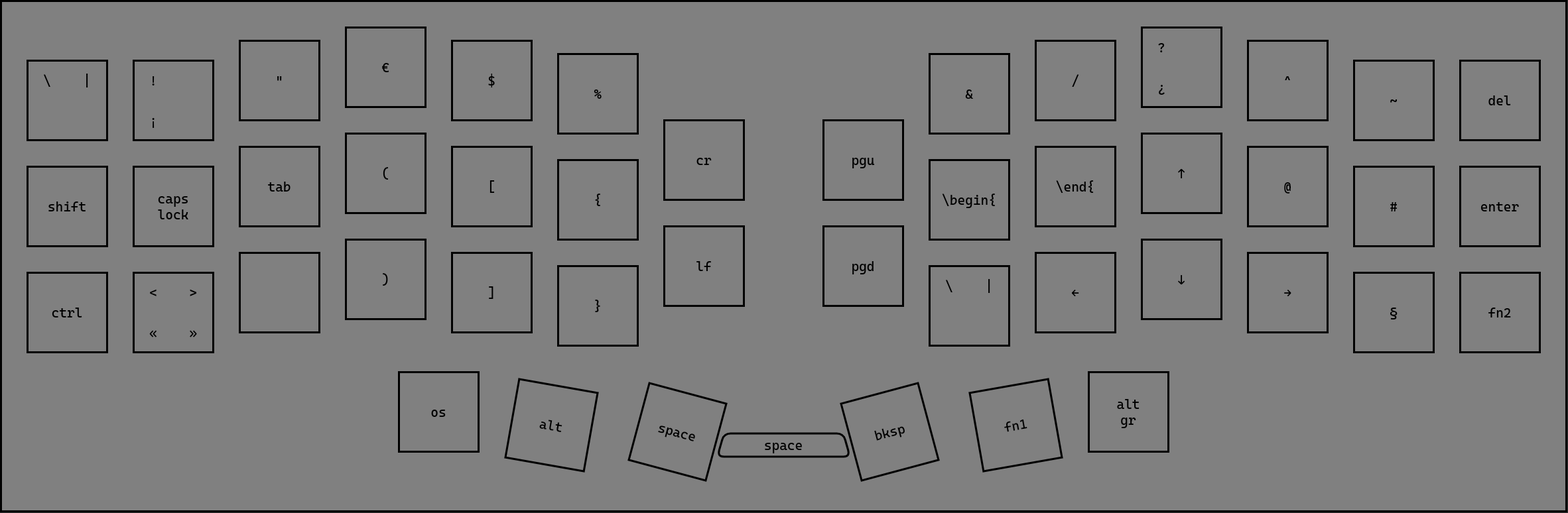
Above: imgs/layer1.png in dellarosciagiorgio/crkbd (draw.io), before the change. Source tidied: cells renumbered, new cells last; positions are measured from the earlier drawing's top-left corner, leaving out a move shared by most shapes.
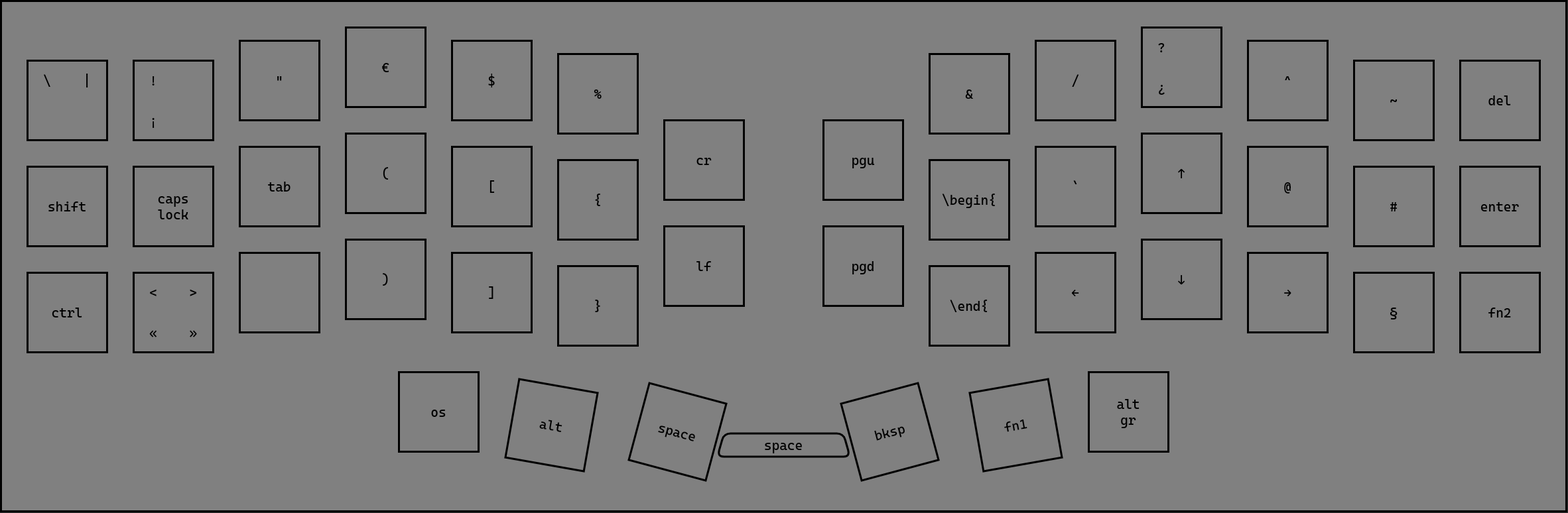
Above is the later version.

Change to the diagram source:
```diff
@@ -2,18 +2,18 @@
   <root>
     <mxCell id="0" />
     <mxCell id="1" parent="0" />
-    <mxCell id="2" style="rounded=0;whiteSpace=wrap;html=1;fillColor=#808080;strokeWidth=3;strokeColor=#000000;fontColor=default;" parent="1" vertex="1">
-      <mxGeometry width="2360" height="770" as="geometry" />
-    </mxCell>
+    <mxCell id="103" style="rounded=0;whiteSpace=wrap;html=1;fillColor=#808080;strokeWidth=3;strokeColor=#000000;fontColor=default;" parent="1" vertex="1">
+      <mxGeometry width="2360" height="770" as="geometry" />
+    </mxCell>
     <mxCell id="3" style="rounded=0;whiteSpace=wrap;html=1;strokeColor=#000000;strokeWidth=3;fillColor=none;fontColor=default;" parent="1" vertex="1">
       <mxGeometry x="520" y="40" width="120" height="120" as="geometry" />
     </mxCell>
     <mxCell id="4" style="rounded=0;whiteSpace=wrap;html=1;strokeColor=#000000;strokeWidth=3;fillColor=none;fontColor=default;" parent="1" vertex="1">
       <mxGeometry x="520" y="200" width="120" height="120" as="geometry" />
     </mxCell>
-    <mxCell id="5" style="rounded=0;whiteSpace=wrap;html=1;strokeColor=#000000;strokeWidth=3;fillColor=none;fontColor=default;" parent="1" vertex="1">
-      <mxGeometry x="520" y="360" width="120" height="120" as="geometry" />
-    </mxCell>
+    <mxCell id="104" style="rounded=0;whiteSpace=wrap;html=1;strokeColor=#000000;strokeWidth=3;fillColor=none;fontColor=default;" parent="1" vertex="1">
+      <mxGeometry x="520" y="360" width="120" height="120" as="geometry" />
+    </mxCell>
     <mxCell id="6" style="rounded=0;whiteSpace=wrap;html=1;strokeColor=#000000;strokeWidth=3;fillColor=none;fontColor=default;" parent="1" vertex="1">
       <mxGeometry x="680" y="60" width="120" height="120" as="geometry" />
     </mxCell>
@@ -285,7 +285,7 @@
       <mxGeometry x="230" y="280" width="60" height="60" as="geometry" />
     </mxCell>
     <mxCell id="96" value="&lt;font style=&quot;font-size: 20px; color: rgb(0, 0, 0);&quot;&gt;\end{&lt;/font&gt;" style="text;html=1;strokeColor=none;fillColor=none;align=center;verticalAlign=middle;whiteSpace=wrap;rounded=0;strokeWidth=1;fontFamily=Cascadia Code;fontColor=default;" parent="1" vertex="1">
-      <mxGeometry x="1590" y="250" width="60" height="60" as="geometry" />
+      <mxGeometry x="1430" y="430" width="60" height="60" as="geometry" />
     </mxCell>
     <mxCell id="97" value="&lt;font style=&quot;font-size: 20px; color: rgb(0, 0, 0);&quot;&gt;space&lt;/font&gt;" style="text;html=1;strokeColor=none;fillColor=none;align=center;verticalAlign=middle;whiteSpace=wrap;rounded=0;strokeWidth=1;fontFamily=Cascadia Code;fontColor=default;rotation=0;" parent="1" vertex="1">
       <mxGeometry x="1150" y="640" width="60" height="60" as="geometry" />
@@ -293,17 +293,14 @@
     <mxCell id="98" style="shape=trapezoid;perimeter=trapezoidPerimeter;whiteSpace=wrap;html=1;fixedSize=1;size=10;rounded=1;fillColor=none;strokeWidth=3;" parent="1" vertex="1">
       <mxGeometry x="1080" y="652.5" width="200" height="35" as="geometry" />
     </mxCell>
-    <mxCell id="99" value="&lt;font style=&quot;font-size: 20px; color: rgb(0, 0, 0);&quot;&gt;\&lt;/font&gt;" style="text;html=1;strokeColor=none;fillColor=none;align=center;verticalAlign=middle;whiteSpace=wrap;rounded=0;strokeWidth=1;fontFamily=Cascadia Code;fontColor=default;" parent="1" vertex="1">
-      <mxGeometry x="1400" y="400" width="60" height="60" as="geometry" />
-    </mxCell>
-    <mxCell id="100" value="&lt;font style=&quot;font-size: 20px; color: rgb(0, 0, 0);&quot;&gt;|&lt;/font&gt;" style="text;html=1;strokeColor=none;fillColor=none;align=center;verticalAlign=middle;whiteSpace=wrap;rounded=0;strokeWidth=1;fontFamily=Cascadia Code;fontColor=default;" parent="1" vertex="1">
-      <mxGeometry x="1460" y="400" width="60" height="60" as="geometry" />
-    </mxCell>
     <mxCell id="101" value="&lt;font style=&quot;font-size: 20px; color: rgb(0, 0, 0);&quot;&gt;¡&lt;/font&gt;" style="text;html=1;strokeColor=none;fillColor=none;align=center;verticalAlign=middle;whiteSpace=wrap;rounded=0;strokeWidth=1;fontFamily=Cascadia Code;fontColor=default;" parent="1" vertex="1">
       <mxGeometry x="200" y="150" width="60" height="60" as="geometry" />
     </mxCell>
-    <mxCell id="102" value="&lt;font style=&quot;font-size: 20px; color: rgb(0, 0, 0);&quot;&gt;¿&lt;/font&gt;" style="text;html=1;strokeColor=none;fillColor=none;align=center;verticalAlign=middle;whiteSpace=wrap;rounded=0;strokeWidth=1;fontFamily=Cascadia Code;fontColor=default;" parent="1" vertex="1">
-      <mxGeometry x="1720" y="100" width="60" height="60" as="geometry" />
-    </mxCell>
+    <mxCell id="2" value="&lt;font style=&quot;font-size: 20px; color: rgb(0, 0, 0);&quot;&gt;¿&lt;/font&gt;" style="text;html=1;strokeColor=none;fillColor=none;align=center;verticalAlign=middle;whiteSpace=wrap;rounded=0;strokeWidth=1;fontFamily=Cascadia Code;fontColor=default;" parent="1" vertex="1">
+      <mxGeometry x="1720" y="100" width="60" height="60" as="geometry" />
+    </mxCell>
+    <mxCell id="5" value="&lt;span style=&quot;font-size: 20px;&quot;&gt;`&lt;/span&gt;" style="text;html=1;strokeColor=none;fillColor=none;align=center;verticalAlign=middle;whiteSpace=wrap;rounded=0;strokeWidth=1;fontFamily=Cascadia Code;fontColor=default;" parent="1" vertex="1">
+      <mxGeometry x="1590" y="250" width="60" height="60" as="geometry" />
+    </mxCell>
   </root>
 </mxGraphModel>
```
